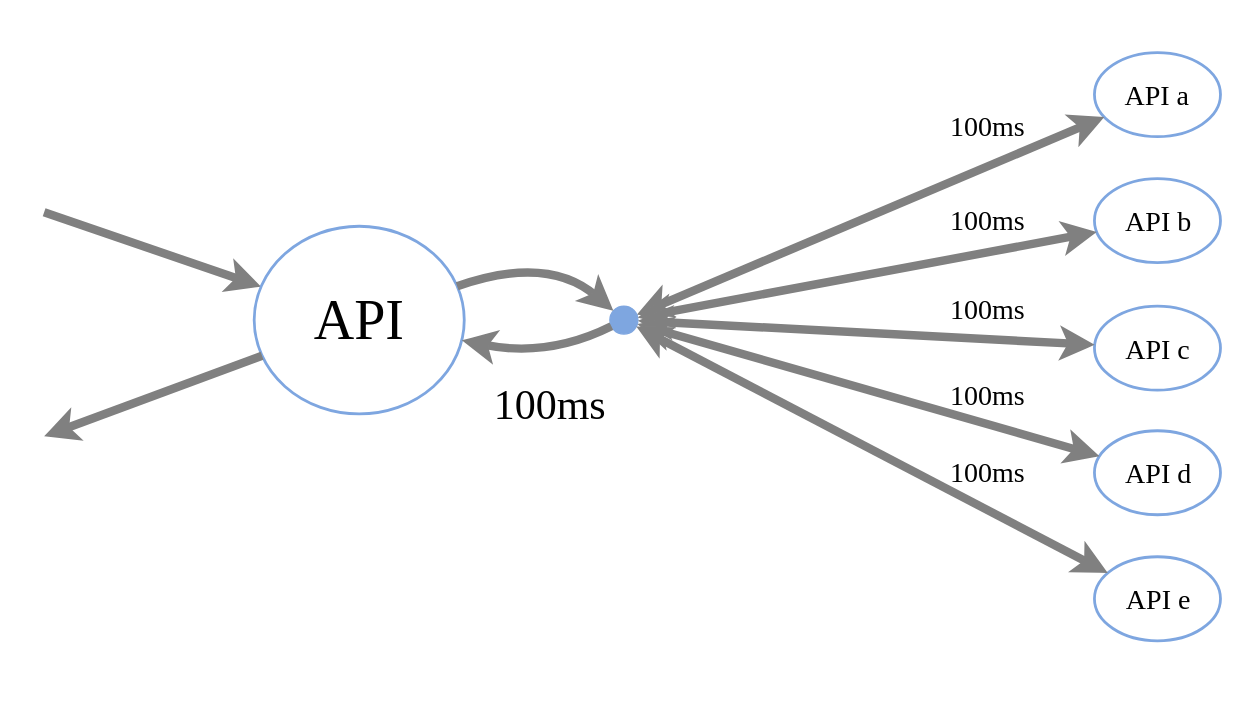
This is r/img/api-call.svg from negokaz/reactive-desgin-patterns-with-akka, a draw.io export, as it was before one commit. Source tidied: cells renumbered, new cells last; positions are measured from the earlier drawing's top-left corner, leaving out a move shared by most shapes. Source of this version:
```xml
<mxGraphModel background="#ffffff">
  <root>
    <mxCell id="0" />
    <mxCell id="1" parent="0" />
    <mxCell id="2" style="whiteSpace=wrap;html=1;strokeColor=#FFFFFF;fillColor=none;fontFamily=Noto Sans JP;fontSize=20;fontColor=none;" parent="1" vertex="1">
      <mxGeometry width="890" height="500" as="geometry" />
    </mxCell>
    <mxCell id="3" value="non-blocking" parent="0" />
    <mxCell id="4" style="endArrow=classic;html=1;strokeColor=#808080;strokeWidth=6;fillColor=#FF3399;fontFamily=Noto Sans JP;fontSize=20;fontColor=none;" parent="3" edge="1" target="10">
      <mxGeometry x="-60" y="210" as="geometry">
        <mxPoint x="30" y="150" as="sourcePoint" />
      </mxGeometry>
    </mxCell>
    <mxCell id="5" value="API a" style="ellipse;whiteSpace=wrap;html=1;strokeColor=#7EA6E0;fillColor=none;fontFamily=Noto Sans JP;fontSize=20;fontColor=none;strokeWidth=2;" parent="3" vertex="1">
      <mxGeometry x="780" y="36" width="90" height="60" as="geometry" />
    </mxCell>
    <mxCell id="6" value="API b" style="ellipse;whiteSpace=wrap;html=1;strokeColor=#7EA6E0;fillColor=none;fontFamily=Noto Sans JP;fontSize=20;fontColor=none;strokeWidth=2;" parent="3" vertex="1">
      <mxGeometry x="780" y="126" width="90" height="60" as="geometry" />
    </mxCell>
    <mxCell id="7" value="API c" style="ellipse;whiteSpace=wrap;html=1;strokeColor=#7EA6E0;fillColor=none;fontFamily=Noto Sans JP;fontSize=20;fontColor=none;strokeWidth=2;" parent="3" vertex="1">
      <mxGeometry x="780" y="217" width="90" height="60" as="geometry" />
    </mxCell>
    <mxCell id="8" value="API d" style="ellipse;whiteSpace=wrap;html=1;strokeColor=#7EA6E0;fillColor=none;fontFamily=Noto Sans JP;fontSize=20;fontColor=none;strokeWidth=2;" parent="3" vertex="1">
      <mxGeometry x="780" y="306" width="90" height="60" as="geometry" />
    </mxCell>
    <mxCell id="9" value="API e" style="ellipse;whiteSpace=wrap;html=1;strokeColor=#7EA6E0;fillColor=none;fontFamily=Noto Sans JP;fontSize=20;fontColor=none;strokeWidth=2;" parent="3" vertex="1">
      <mxGeometry x="780" y="396" width="90" height="60" as="geometry" />
    </mxCell>
    <mxCell id="10" value="API" style="ellipse;whiteSpace=wrap;html=1;strokeColor=#7EA6E0;fillColor=none;fontFamily=Noto Sans JP;fontSize=40;fontColor=none;strokeWidth=2;" parent="3" vertex="1">
      <mxGeometry x="180" y="160" width="150" height="134" as="geometry" />
    </mxCell>
    <mxCell id="11" style="endArrow=classic;html=1;strokeColor=#808080;strokeWidth=6;fillColor=#FF3399;fontFamily=Noto Sans JP;fontSize=20;fontColor=none;" parent="3" edge="1" source="10">
      <mxGeometry x="19.9" y="297" as="geometry">
        <mxPoint x="30" y="310" as="targetPoint" />
      </mxGeometry>
    </mxCell>
    <mxCell id="12" style="endArrow=classic;html=1;strokeColor=#808080;strokeWidth=6;fillColor=#FF3399;fontFamily=Noto Sans JP;fontSize=20;fontColor=none;startArrow=classic;startFill=1;" parent="3" edge="1" source="13" target="5">
      <mxGeometry x="250" y="166" as="geometry" />
    </mxCell>
    <mxCell id="13" style="ellipse;whiteSpace=wrap;html=1;strokeColor=#7EA6E0;fillColor=#7EA6E0;fontFamily=Noto Sans JP;fontSize=20;fontColor=none;" parent="3" vertex="1">
      <mxGeometry x="434" y="217" width="20" height="20" as="geometry" />
    </mxCell>
    <mxCell id="14" style="endArrow=classic;html=1;strokeColor=#808080;strokeWidth=6;fillColor=#FF3399;fontFamily=Noto Sans JP;fontSize=20;fontColor=none;startArrow=classic;startFill=1;" parent="3" edge="1" source="13" target="6">
      <mxGeometry x="250" y="256" as="geometry" />
    </mxCell>
    <mxCell id="15" style="endArrow=classic;html=1;strokeColor=#808080;strokeWidth=6;fillColor=#FF3399;fontFamily=Noto Sans JP;fontSize=20;fontColor=none;startArrow=classic;startFill=1;" parent="3" edge="1" source="13" target="7">
      <mxGeometry x="250" y="347" as="geometry" />
    </mxCell>
    <mxCell id="16" style="endArrow=classic;html=1;strokeColor=#808080;strokeWidth=6;fillColor=#FF3399;fontFamily=Noto Sans JP;fontSize=20;fontColor=none;startArrow=classic;startFill=1;" parent="3" edge="1" source="13" target="8">
      <mxGeometry x="250" y="436" as="geometry" />
    </mxCell>
    <mxCell id="17" style="endArrow=classic;html=1;strokeColor=#808080;strokeWidth=6;fillColor=#FF3399;fontFamily=Noto Sans JP;fontSize=20;fontColor=none;startArrow=classic;startFill=1;" parent="3" edge="1" source="13" target="9">
      <mxGeometry x="250" y="526" as="geometry" />
    </mxCell>
    <mxCell id="18" style="endArrow=classic;html=1;strokeColor=#808080;strokeWidth=6;fillColor=#FF3399;fontFamily=Noto Sans JP;fontSize=20;fontColor=none;startArrow=none;startFill=0;curved=1;" parent="3" edge="1" source="10" target="13">
      <mxGeometry x="240" y="176" as="geometry">
        <Array as="points">
          <mxPoint x="390" y="180" />
        </Array>
      </mxGeometry>
    </mxCell>
    <mxCell id="19" value="100ms" style="text;html=1;strokeColor=none;fillColor=none;align=center;verticalAlign=middle;whiteSpace=wrap;fontFamily=Noto Sans JP;fontSize=20;fontColor=none;" parent="3" vertex="1">
      <mxGeometry x="683" y="78" width="40" height="20" as="geometry" />
    </mxCell>
    <mxCell id="20" value="100ms" style="text;html=1;strokeColor=none;fillColor=none;align=center;verticalAlign=middle;whiteSpace=wrap;fontFamily=Noto Sans JP;fontSize=20;fontColor=none;" parent="3" vertex="1">
      <mxGeometry x="683" y="145" width="40" height="20" as="geometry" />
    </mxCell>
    <mxCell id="21" value="100ms" style="text;html=1;strokeColor=none;fillColor=none;align=center;verticalAlign=middle;whiteSpace=wrap;fontFamily=Noto Sans JP;fontSize=20;fontColor=none;" parent="3" vertex="1">
      <mxGeometry x="683" y="209" width="40" height="20" as="geometry" />
    </mxCell>
    <mxCell id="22" value="100ms" style="text;html=1;strokeColor=none;fillColor=none;align=center;verticalAlign=middle;whiteSpace=wrap;fontFamily=Noto Sans JP;fontSize=20;fontColor=none;" parent="3" vertex="1">
      <mxGeometry x="683" y="270" width="40" height="20" as="geometry" />
    </mxCell>
    <mxCell id="23" value="100ms" style="text;html=1;strokeColor=none;fillColor=none;align=center;verticalAlign=middle;whiteSpace=wrap;fontFamily=Noto Sans JP;fontSize=20;fontColor=none;" parent="3" vertex="1">
      <mxGeometry x="683" y="325" width="40" height="20" as="geometry" />
    </mxCell>
    <mxCell id="24" value="&lt;font style=&quot;font-size: 30px&quot;&gt;100ms&lt;/font&gt;" style="text;html=1;strokeColor=none;fillColor=none;align=center;verticalAlign=middle;whiteSpace=wrap;fontFamily=Noto Sans JP;fontSize=20;fontColor=none;" parent="3" vertex="1">
      <mxGeometry x="370" y="277" width="40" height="20" as="geometry" />
    </mxCell>
    <mxCell id="25" style="endArrow=classic;html=1;strokeColor=#808080;strokeWidth=6;fillColor=#FF3399;fontFamily=Noto Sans JP;fontSize=20;fontColor=none;startArrow=none;startFill=0;curved=1;" parent="3" edge="1" source="13" target="10">
      <mxGeometry x="250" y="186" as="geometry">
        <Array as="points">
          <mxPoint x="390" y="254" />
        </Array>
      </mxGeometry>
    </mxCell>
  </root>
</mxGraphModel>
```
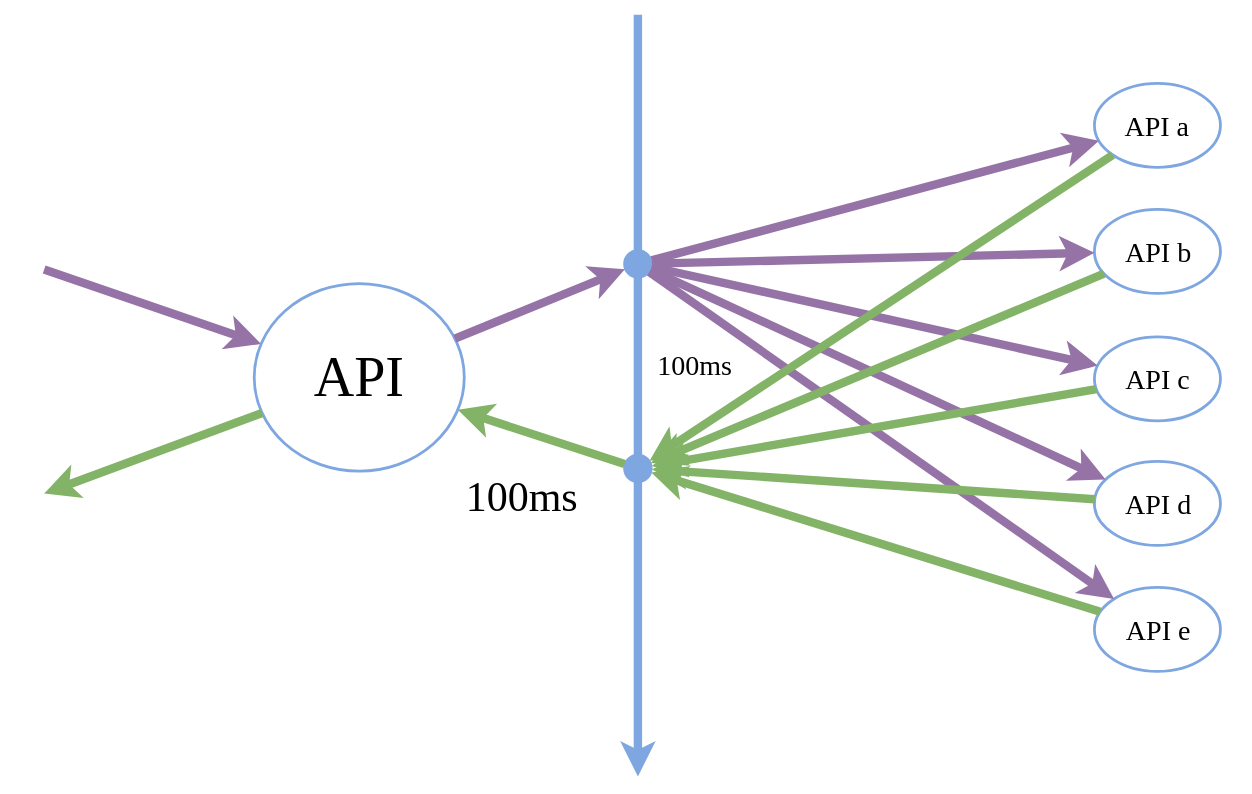
The same diagram one commit later.

Diff of the diagram source:
```diff
@@ -3,14 +3,20 @@
     <mxCell id="0" />
     <mxCell id="1" parent="0" />
     <mxCell id="2" style="whiteSpace=wrap;html=1;strokeColor=#FFFFFF;fillColor=none;fontFamily=Noto Sans JP;fontSize=20;fontColor=none;" parent="1" vertex="1">
-      <mxGeometry width="890" height="500" as="geometry" />
+      <mxGeometry y="-21" width="890" height="560" as="geometry" />
     </mxCell>
     <mxCell id="3" value="non-blocking" parent="0" />
-    <mxCell id="4" style="endArrow=classic;html=1;strokeColor=#808080;strokeWidth=6;fillColor=#FF3399;fontFamily=Noto Sans JP;fontSize=20;fontColor=none;" parent="3" edge="1" target="10">
-      <mxGeometry x="-60" y="210" as="geometry">
-        <mxPoint x="30" y="150" as="sourcePoint" />
-      </mxGeometry>
-    </mxCell>
+    <mxCell id="26" style="endArrow=classic;html=1;strokeColor=#7EA6E0;strokeWidth=6;fillColor=#7EA6E0;fontFamily=Noto Sans JP;fontSize=20;fontColor=none;" parent="3" edge="1">
+      <mxGeometry relative="1" as="geometry">
+        <mxPoint x="454" y="-13" as="sourcePoint" />
+        <mxPoint x="454" y="531" as="targetPoint" />
+      </mxGeometry>
+    </mxCell>
+    <mxCell id="27" style="endArrow=classic;html=1;strokeColor=#9673a6;strokeWidth=6;fillColor=#e1d5e7;fontFamily=Noto Sans JP;fontSize=20;fontColor=none;" parent="3" edge="1" target="10">
+      <mxGeometry relative="1" as="geometry">
+        <mxPoint x="30" y="169" as="sourcePoint" />
+      </mxGeometry>
+    </mxCell>
     <mxCell id="5" value="API a" style="ellipse;whiteSpace=wrap;html=1;strokeColor=#7EA6E0;fillColor=none;fontFamily=Noto Sans JP;fontSize=20;fontColor=none;strokeWidth=2;" parent="3" vertex="1">
       <mxGeometry x="780" y="36" width="90" height="60" as="geometry" />
     </mxCell>
@@ -27,62 +33,60 @@
       <mxGeometry x="780" y="396" width="90" height="60" as="geometry" />
     </mxCell>
     <mxCell id="10" value="API" style="ellipse;whiteSpace=wrap;html=1;strokeColor=#7EA6E0;fillColor=none;fontFamily=Noto Sans JP;fontSize=40;fontColor=none;strokeWidth=2;" parent="3" vertex="1">
-      <mxGeometry x="180" y="160" width="150" height="134" as="geometry" />
+      <mxGeometry x="180" y="179" width="150" height="134" as="geometry" />
     </mxCell>
-    <mxCell id="11" style="endArrow=classic;html=1;strokeColor=#808080;strokeWidth=6;fillColor=#FF3399;fontFamily=Noto Sans JP;fontSize=20;fontColor=none;" parent="3" edge="1" source="10">
-      <mxGeometry x="19.9" y="297" as="geometry">
-        <mxPoint x="30" y="310" as="targetPoint" />
-      </mxGeometry>
-    </mxCell>
-    <mxCell id="12" style="endArrow=classic;html=1;strokeColor=#808080;strokeWidth=6;fillColor=#FF3399;fontFamily=Noto Sans JP;fontSize=20;fontColor=none;startArrow=classic;startFill=1;" parent="3" edge="1" source="13" target="5">
-      <mxGeometry x="250" y="166" as="geometry" />
-    </mxCell>
-    <mxCell id="13" style="ellipse;whiteSpace=wrap;html=1;strokeColor=#7EA6E0;fillColor=#7EA6E0;fontFamily=Noto Sans JP;fontSize=20;fontColor=none;" parent="3" vertex="1">
-      <mxGeometry x="434" y="217" width="20" height="20" as="geometry" />
-    </mxCell>
-    <mxCell id="14" style="endArrow=classic;html=1;strokeColor=#808080;strokeWidth=6;fillColor=#FF3399;fontFamily=Noto Sans JP;fontSize=20;fontColor=none;startArrow=classic;startFill=1;" parent="3" edge="1" source="13" target="6">
-      <mxGeometry x="250" y="256" as="geometry" />
-    </mxCell>
-    <mxCell id="15" style="endArrow=classic;html=1;strokeColor=#808080;strokeWidth=6;fillColor=#FF3399;fontFamily=Noto Sans JP;fontSize=20;fontColor=none;startArrow=classic;startFill=1;" parent="3" edge="1" source="13" target="7">
-      <mxGeometry x="250" y="347" as="geometry" />
-    </mxCell>
-    <mxCell id="16" style="endArrow=classic;html=1;strokeColor=#808080;strokeWidth=6;fillColor=#FF3399;fontFamily=Noto Sans JP;fontSize=20;fontColor=none;startArrow=classic;startFill=1;" parent="3" edge="1" source="13" target="8">
-      <mxGeometry x="250" y="436" as="geometry" />
-    </mxCell>
-    <mxCell id="17" style="endArrow=classic;html=1;strokeColor=#808080;strokeWidth=6;fillColor=#FF3399;fontFamily=Noto Sans JP;fontSize=20;fontColor=none;startArrow=classic;startFill=1;" parent="3" edge="1" source="13" target="9">
-      <mxGeometry x="250" y="526" as="geometry" />
-    </mxCell>
-    <mxCell id="18" style="endArrow=classic;html=1;strokeColor=#808080;strokeWidth=6;fillColor=#FF3399;fontFamily=Noto Sans JP;fontSize=20;fontColor=none;startArrow=none;startFill=0;curved=1;" parent="3" edge="1" source="10" target="13">
-      <mxGeometry x="240" y="176" as="geometry">
-        <Array as="points">
-          <mxPoint x="390" y="180" />
-        </Array>
-      </mxGeometry>
-    </mxCell>
-    <mxCell id="19" value="100ms" style="text;html=1;strokeColor=none;fillColor=none;align=center;verticalAlign=middle;whiteSpace=wrap;fontFamily=Noto Sans JP;fontSize=20;fontColor=none;" parent="3" vertex="1">
-      <mxGeometry x="683" y="78" width="40" height="20" as="geometry" />
-    </mxCell>
-    <mxCell id="20" value="100ms" style="text;html=1;strokeColor=none;fillColor=none;align=center;verticalAlign=middle;whiteSpace=wrap;fontFamily=Noto Sans JP;fontSize=20;fontColor=none;" parent="3" vertex="1">
-      <mxGeometry x="683" y="145" width="40" height="20" as="geometry" />
-    </mxCell>
-    <mxCell id="21" value="100ms" style="text;html=1;strokeColor=none;fillColor=none;align=center;verticalAlign=middle;whiteSpace=wrap;fontFamily=Noto Sans JP;fontSize=20;fontColor=none;" parent="3" vertex="1">
-      <mxGeometry x="683" y="209" width="40" height="20" as="geometry" />
-    </mxCell>
-    <mxCell id="22" value="100ms" style="text;html=1;strokeColor=none;fillColor=none;align=center;verticalAlign=middle;whiteSpace=wrap;fontFamily=Noto Sans JP;fontSize=20;fontColor=none;" parent="3" vertex="1">
-      <mxGeometry x="683" y="270" width="40" height="20" as="geometry" />
-    </mxCell>
-    <mxCell id="23" value="100ms" style="text;html=1;strokeColor=none;fillColor=none;align=center;verticalAlign=middle;whiteSpace=wrap;fontFamily=Noto Sans JP;fontSize=20;fontColor=none;" parent="3" vertex="1">
-      <mxGeometry x="683" y="325" width="40" height="20" as="geometry" />
-    </mxCell>
+    <mxCell id="28" style="endArrow=classic;html=1;strokeColor=#82b366;strokeWidth=6;fillColor=#d5e8d4;fontFamily=Noto Sans JP;fontSize=20;fontColor=none;" parent="3" edge="1" source="10">
+      <mxGeometry x="39.9" y="365" as="geometry">
+        <mxPoint x="30" y="329" as="targetPoint" />
+      </mxGeometry>
+    </mxCell>
+    <mxCell id="29" style="endArrow=classic;html=1;strokeColor=#9673a6;strokeWidth=6;fillColor=#e1d5e7;fontFamily=Noto Sans JP;fontSize=20;fontColor=none;startArrow=none;startFill=0;" parent="3" edge="1" source="30" target="5">
+      <mxGeometry x="60" y="169" as="geometry" />
+    </mxCell>
+    <mxCell id="30" style="ellipse;whiteSpace=wrap;html=1;strokeColor=#7EA6E0;fillColor=#7EA6E0;fontFamily=Noto Sans JP;fontSize=20;fontColor=none;" parent="3" vertex="1">
+      <mxGeometry x="444" y="155" width="20" height="20" as="geometry" />
+    </mxCell>
+    <mxCell id="31" style="endArrow=classic;html=1;strokeColor=#9673a6;strokeWidth=6;fillColor=#e1d5e7;fontFamily=Noto Sans JP;fontSize=20;fontColor=none;startArrow=none;startFill=0;" parent="3" edge="1" source="30" target="6">
+      <mxGeometry x="60" y="259" as="geometry" />
+    </mxCell>
+    <mxCell id="32" style="endArrow=classic;html=1;strokeColor=#9673a6;strokeWidth=6;fillColor=#e1d5e7;fontFamily=Noto Sans JP;fontSize=20;fontColor=none;startArrow=none;startFill=0;" parent="3" edge="1" source="30" target="7">
+      <mxGeometry x="60" y="350" as="geometry" />
+    </mxCell>
+    <mxCell id="33" style="ellipse;whiteSpace=wrap;html=1;strokeColor=#7EA6E0;fillColor=#7EA6E0;fontFamily=Noto Sans JP;fontSize=20;fontColor=none;" parent="3" vertex="1">
+      <mxGeometry x="444" y="301" width="20" height="20" as="geometry" />
+    </mxCell>
+    <mxCell id="34" style="endArrow=classic;html=1;strokeColor=#9673a6;strokeWidth=6;fillColor=#e1d5e7;fontFamily=Noto Sans JP;fontSize=20;fontColor=none;startArrow=none;startFill=0;" parent="3" edge="1" source="30" target="8">
+      <mxGeometry x="60" y="439" as="geometry" />
+    </mxCell>
+    <mxCell id="35" style="endArrow=classic;html=1;strokeColor=#9673a6;strokeWidth=6;fillColor=#e1d5e7;fontFamily=Noto Sans JP;fontSize=20;fontColor=none;startArrow=none;startFill=0;" parent="3" edge="1" source="30" target="9">
+      <mxGeometry x="60" y="529" as="geometry" />
+    </mxCell>
+    <mxCell id="36" style="endArrow=classic;html=1;strokeColor=#9673a6;strokeWidth=6;fillColor=#e1d5e7;fontFamily=Noto Sans JP;fontSize=20;fontColor=none;" parent="3" edge="1" source="10" target="30">
+      <mxGeometry x="50" y="237" as="geometry" />
+    </mxCell>
+    <mxCell id="37" style="endArrow=classic;html=1;strokeColor=#82b366;strokeWidth=6;fillColor=#d5e8d4;fontFamily=Noto Sans JP;fontSize=20;fontColor=none;" parent="3" edge="1" source="33" target="10">
+      <mxGeometry x="60" y="247" as="geometry" />
+    </mxCell>
+    <mxCell id="38" value="100ms" style="text;html=1;strokeColor=none;fillColor=none;align=center;verticalAlign=middle;whiteSpace=wrap;fontFamily=Noto Sans JP;fontSize=20;fontColor=none;" parent="3" vertex="1">
+      <mxGeometry x="474" y="227" width="40" height="20" as="geometry" />
+    </mxCell>
     <mxCell id="24" value="&lt;font style=&quot;font-size: 30px&quot;&gt;100ms&lt;/font&gt;" style="text;html=1;strokeColor=none;fillColor=none;align=center;verticalAlign=middle;whiteSpace=wrap;fontFamily=Noto Sans JP;fontSize=20;fontColor=none;" parent="3" vertex="1">
-      <mxGeometry x="370" y="277" width="40" height="20" as="geometry" />
+      <mxGeometry x="350" y="321" width="40" height="20" as="geometry" />
     </mxCell>
-    <mxCell id="25" style="endArrow=classic;html=1;strokeColor=#808080;strokeWidth=6;fillColor=#FF3399;fontFamily=Noto Sans JP;fontSize=20;fontColor=none;startArrow=none;startFill=0;curved=1;" parent="3" edge="1" source="13" target="10">
-      <mxGeometry x="250" y="186" as="geometry">
-        <Array as="points">
-          <mxPoint x="390" y="254" />
-        </Array>
-      </mxGeometry>
-    </mxCell>
+    <mxCell id="39" style="endArrow=none;html=1;strokeColor=#82b366;strokeWidth=6;fillColor=#d5e8d4;fontFamily=Noto Sans JP;fontSize=20;fontColor=none;startArrow=classic;startFill=1;endFill=0;" parent="3" edge="1" source="33" target="5">
+      <mxGeometry x="70" y="179" as="geometry" />
+    </mxCell>
+    <mxCell id="40" style="endArrow=none;html=1;strokeColor=#82b366;strokeWidth=6;fillColor=#d5e8d4;fontFamily=Noto Sans JP;fontSize=20;fontColor=none;startArrow=classic;startFill=1;endFill=0;" parent="3" edge="1" source="33" target="6">
+      <mxGeometry x="80" y="189" as="geometry" />
+    </mxCell>
+    <mxCell id="41" style="endArrow=none;html=1;strokeColor=#82b366;strokeWidth=6;fillColor=#d5e8d4;fontFamily=Noto Sans JP;fontSize=20;fontColor=none;startArrow=classic;startFill=1;endFill=0;" parent="3" edge="1" source="33" target="7">
+      <mxGeometry x="90" y="199" as="geometry" />
+    </mxCell>
+    <mxCell id="42" style="endArrow=none;html=1;strokeColor=#82b366;strokeWidth=6;fillColor=#d5e8d4;fontFamily=Noto Sans JP;fontSize=20;fontColor=none;startArrow=classic;startFill=1;endFill=0;" parent="3" edge="1" source="33" target="8">
+      <mxGeometry x="100" y="209" as="geometry" />
+    </mxCell>
+    <mxCell id="43" style="endArrow=none;html=1;strokeColor=#82b366;strokeWidth=6;fillColor=#d5e8d4;fontFamily=Noto Sans JP;fontSize=20;fontColor=none;startArrow=classic;startFill=1;endFill=0;" parent="3" edge="1" source="33" target="9">
+      <mxGeometry x="110" y="219" as="geometry" />
+    </mxCell>
   </root>
 </mxGraphModel>
```
